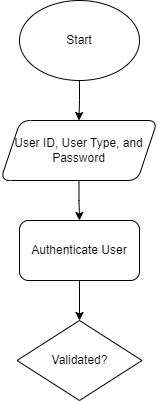
Above: Heirarchy of Project Modules/LabSystem_Flowchart.drawio.png in kaisunoo/Acads (draw.io), before the change. Source tidied: cells renumbered, new cells last; positions are measured from the earlier drawing's top-left corner, leaving out a move shared by most shapes.
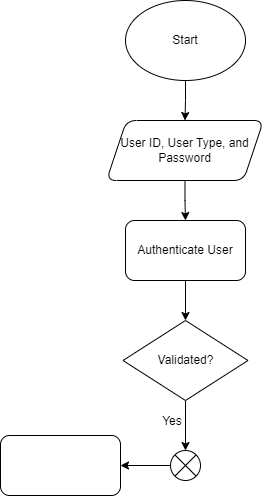
The same diagram one commit later.

Change to the diagram source:
```diff
@@ -20,8 +20,23 @@
     <mxCell id="7" value="Authenticate User" style="rounded=1;whiteSpace=wrap;html=1;" parent="1" vertex="1">
       <mxGeometry x="19" y="220" width="120" height="60" as="geometry" />
     </mxCell>
+    <mxCell id="9" style="edgeStyle=orthogonalEdgeStyle;rounded=0;jettySize=auto;html=1;exitX=0.5;exitY=1;exitDx=0;exitDy=0;entryX=0.5;entryY=0;entryDx=0;entryDy=0;" parent="1" edge="1" source="8" target="12">
+      <mxGeometry relative="1" as="geometry" />
+    </mxCell>
     <mxCell id="8" value="Validated?" style="rhombus;whiteSpace=wrap;html=1;" parent="1" vertex="1">
       <mxGeometry x="16.5" y="320" width="125" height="80" as="geometry" />
     </mxCell>
+    <mxCell id="10" value="Yes" style="text;strokeColor=none;align=center;fillColor=none;html=1;verticalAlign=middle;whiteSpace=wrap;rounded=0;" parent="1" vertex="1">
+      <mxGeometry x="36" y="406" width="60" height="30" as="geometry" />
+    </mxCell>
+    <mxCell id="11" style="edgeStyle=orthogonalEdgeStyle;rounded=0;jettySize=auto;html=1;" parent="1" edge="1" source="12" target="13">
+      <mxGeometry relative="1" as="geometry" />
+    </mxCell>
+    <mxCell id="12" style="shape=sumEllipse;perimeter=ellipsePerimeter;whiteSpace=wrap;html=1;backgroundOutline=1;" parent="1" vertex="1">
+      <mxGeometry x="64" y="450" width="30" height="30" as="geometry" />
+    </mxCell>
+    <mxCell id="13" style="whiteSpace=wrap;html=1;rounded=1;" parent="1" vertex="1">
+      <mxGeometry x="-106" y="435" width="120" height="60" as="geometry" />
+    </mxCell>
   </root>
 </mxGraphModel>
```
